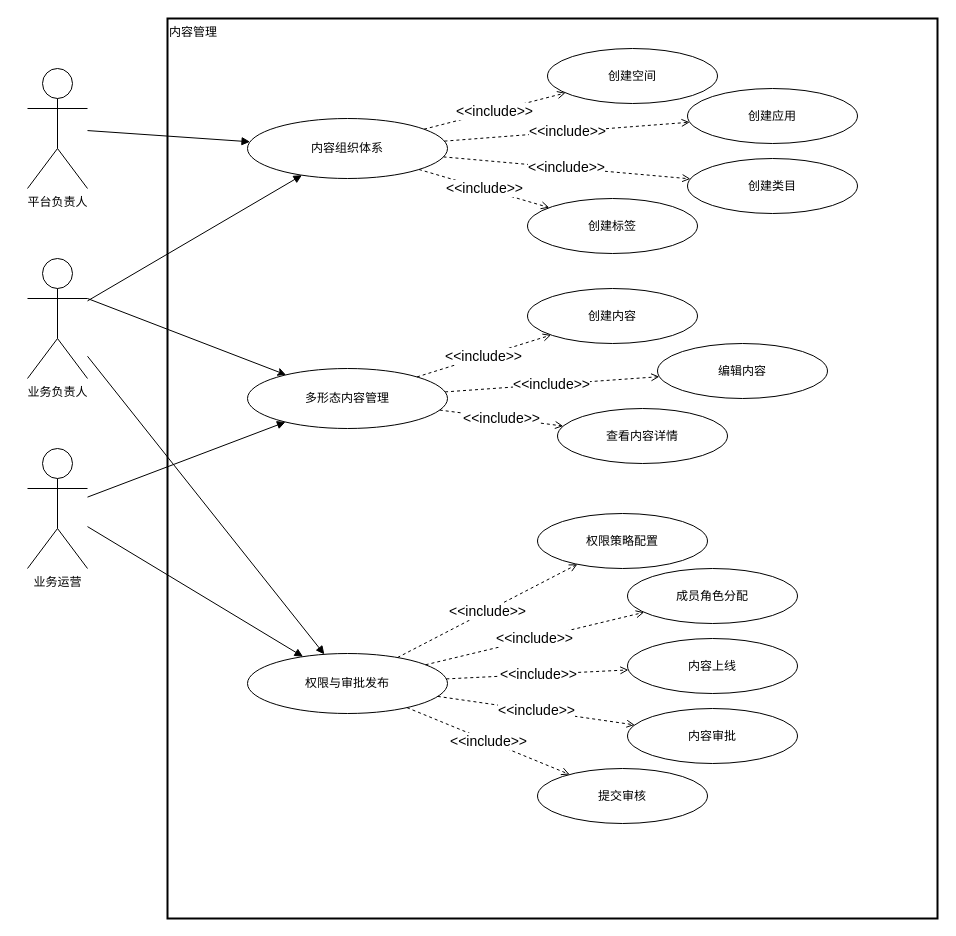
Above: page "内容管理用例图" (3 of 20) of figure/figures.drawio in jqq04/nju-thesis-2026 (draw.io), before the change. Source tidied: cells renumbered, new cells numbered last; positions are measured from the earlier drawing's top-left corner, leaving out a move shared by most shapes. Both pictures are drawn from the tidied source at 100%, with x=0, y=0 at pixel (27, 18).
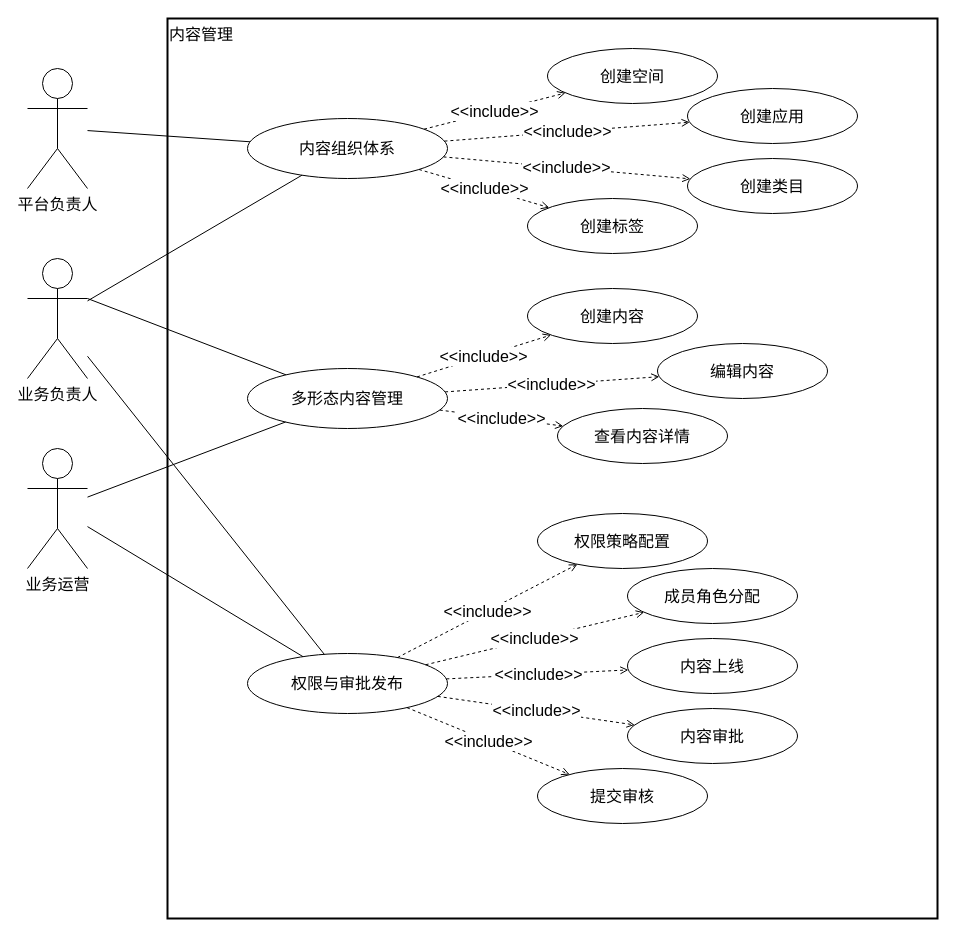
The same diagram, later.

The edit, as a diff of the source:
```diff
@@
-    <mxCell id="2" value="内容管理" style="rounded=0;whiteSpace=wrap;html=1;strokeWidth=2;align=left;verticalAlign=top;" parent="1" vertex="1">
+    <mxCell id="2" value="内容管理" style="rounded=0;whiteSpace=wrap;html=1;strokeWidth=2;align=left;verticalAlign=top;fontSize=16;" parent="1" vertex="1">
       <mxGeometry x="140" width="770" height="900" as="geometry" />
     </mxCell>
-    <mxCell id="3" value="平台负责人" style="shape=umlActor;verticalLabelPosition=bottom;verticalAlign=top;html=1;" parent="1" vertex="1">
+    <mxCell id="3" value="平台负责人" style="shape=umlActor;verticalLabelPosition=bottom;verticalAlign=top;html=1;fontSize=16;" parent="1" vertex="1">
       <mxGeometry y="50" width="60" height="120" as="geometry" />
     </mxCell>
-    <mxCell id="4" style="rounded=0;jettySize=auto;html=1;exitX=1;exitY=0.3333333333333333;exitDx=0;exitDy=0;exitPerimeter=0;" parent="1" edge="1" source="5" target="8">
+    <mxCell id="4" style="rounded=0;jettySize=auto;html=1;exitX=1;exitY=0.3333333333333333;exitDx=0;exitDy=0;exitPerimeter=0;fontSize=16;endArrow=none;endFill=0;" parent="1" edge="1" source="5" target="8">
       <mxGeometry relative="1" as="geometry" />
     </mxCell>
-    <mxCell id="5" value="业务负责人" style="shape=umlActor;verticalLabelPosition=bottom;verticalAlign=top;html=1;" parent="1" vertex="1">
+    <mxCell id="5" value="业务负责人" style="shape=umlActor;verticalLabelPosition=bottom;verticalAlign=top;html=1;fontSize=16;" parent="1" vertex="1">
       <mxGeometry y="240" width="60" height="120" as="geometry" />
     </mxCell>
-    <mxCell id="6" value="业务运营" style="shape=umlActor;verticalLabelPosition=bottom;verticalAlign=top;html=1;" parent="1" vertex="1">
+    <mxCell id="6" value="业务运营" style="shape=umlActor;verticalLabelPosition=bottom;verticalAlign=top;html=1;fontSize=16;" parent="1" vertex="1">
       <mxGeometry y="430" width="60" height="120" as="geometry" />
     </mxCell>
-    <mxCell id="7" value="内容组织体系" style="ellipse;whiteSpace=wrap;html=1;" parent="1" vertex="1">
+    <mxCell id="7" value="内容组织体系" style="ellipse;whiteSpace=wrap;html=1;fontSize=16;" parent="1" vertex="1">
       <mxGeometry x="220" y="100" width="200" height="60" as="geometry" />
     </mxCell>
-    <mxCell id="8" value="多形态内容管理" style="ellipse;whiteSpace=wrap;html=1;" parent="1" vertex="1">
+    <mxCell id="8" value="多形态内容管理" style="ellipse;whiteSpace=wrap;html=1;fontSize=16;" parent="1" vertex="1">
       <mxGeometry x="220" y="350" width="200" height="60" as="geometry" />
     </mxCell>
-    <mxCell id="9" value="权限与审批发布" style="ellipse;whiteSpace=wrap;html=1;" parent="1" vertex="1">
+    <mxCell id="9" value="权限与审批发布" style="ellipse;whiteSpace=wrap;html=1;fontSize=16;" parent="1" vertex="1">
       <mxGeometry x="220" y="635" width="200" height="60" as="geometry" />
     </mxCell>
-    <mxCell id="10" value="创建空间" style="ellipse;whiteSpace=wrap;html=1;strokeColor=default;align=center;verticalAlign=middle;fontFamily=Helvetica;fontSize=12;fontColor=default;fillColor=default;" parent="1" vertex="1">
+    <mxCell id="10" value="创建空间" style="ellipse;whiteSpace=wrap;html=1;strokeColor=default;align=center;verticalAlign=middle;fontFamily=Helvetica;fontSize=16;fontColor=default;fillColor=default;" parent="1" vertex="1">
       <mxGeometry x="520" y="30" width="170" height="55" as="geometry" />
     </mxCell>
-    <mxCell id="11" value="创建应用" style="ellipse;whiteSpace=wrap;html=1;strokeColor=default;align=center;verticalAlign=middle;fontFamily=Helvetica;fontSize=12;fontColor=default;fillColor=default;" parent="1" vertex="1">
+    <mxCell id="11" value="创建应用" style="ellipse;whiteSpace=wrap;html=1;strokeColor=default;align=center;verticalAlign=middle;fontFamily=Helvetica;fontSize=16;fontColor=default;fillColor=default;" parent="1" vertex="1">
       <mxGeometry x="660" y="70" width="170" height="55" as="geometry" />
     </mxCell>
-    <mxCell id="12" value="创建类目" style="ellipse;whiteSpace=wrap;html=1;" parent="1" vertex="1">
+    <mxCell id="12" value="创建类目" style="ellipse;whiteSpace=wrap;html=1;fontSize=16;" parent="1" vertex="1">
       <mxGeometry x="660" y="140" width="170" height="55" as="geometry" />
     </mxCell>
-    <mxCell id="13" value="创建标签" style="ellipse;whiteSpace=wrap;html=1;" parent="1" vertex="1">
+    <mxCell id="13" value="创建标签" style="ellipse;whiteSpace=wrap;html=1;fontSize=16;" parent="1" vertex="1">
       <mxGeometry x="500" y="180" width="170" height="55" as="geometry" />
     </mxCell>
-    <mxCell id="14" value="创建内容" style="ellipse;whiteSpace=wrap;html=1;" parent="1" vertex="1">
+    <mxCell id="14" value="创建内容" style="ellipse;whiteSpace=wrap;html=1;fontSize=16;" parent="1" vertex="1">
       <mxGeometry x="500" y="270" width="170" height="55" as="geometry" />
     </mxCell>
-    <mxCell id="15" value="编辑内容" style="ellipse;whiteSpace=wrap;html=1;" parent="1" vertex="1">
+    <mxCell id="15" value="编辑内容" style="ellipse;whiteSpace=wrap;html=1;fontSize=16;" parent="1" vertex="1">
       <mxGeometry x="630" y="325" width="170" height="55" as="geometry" />
     </mxCell>
-    <mxCell id="16" value="查看内容详情" style="ellipse;whiteSpace=wrap;html=1;" parent="1" vertex="1">
+    <mxCell id="16" value="查看内容详情" style="ellipse;whiteSpace=wrap;html=1;fontSize=16;" parent="1" vertex="1">
       <mxGeometry x="530" y="390" width="170" height="55" as="geometry" />
     </mxCell>
-    <mxCell id="17" value="成员角色分配" style="ellipse;whiteSpace=wrap;html=1;" parent="1" vertex="1">
+    <mxCell id="17" value="成员角色分配" style="ellipse;whiteSpace=wrap;html=1;fontSize=16;" parent="1" vertex="1">
       <mxGeometry x="600" y="550" width="170" height="55" as="geometry" />
     </mxCell>
-    <mxCell id="18" value="权限策略配置" style="ellipse;whiteSpace=wrap;html=1;" parent="1" vertex="1">
+    <mxCell id="18" value="权限策略配置" style="ellipse;whiteSpace=wrap;html=1;fontSize=16;" parent="1" vertex="1">
       <mxGeometry x="510" y="495" width="170" height="55" as="geometry" />
     </mxCell>
-    <mxCell id="19" value="提交审核" style="ellipse;whiteSpace=wrap;html=1;" parent="1" vertex="1">
+    <mxCell id="19" value="提交审核" style="ellipse;whiteSpace=wrap;html=1;fontSize=16;" parent="1" vertex="1">
       <mxGeometry x="510" y="750" width="170" height="55" as="geometry" />
     </mxCell>
-    <mxCell id="20" value="内容审批" style="ellipse;whiteSpace=wrap;html=1;" parent="1" vertex="1">
+    <mxCell id="20" value="内容审批" style="ellipse;whiteSpace=wrap;html=1;fontSize=16;" parent="1" vertex="1">
       <mxGeometry x="600" y="690" width="170" height="55" as="geometry" />
     </mxCell>
-    <mxCell id="21" value="内容上线" style="ellipse;whiteSpace=wrap;html=1;" parent="1" vertex="1">
+    <mxCell id="21" value="内容上线" style="ellipse;whiteSpace=wrap;html=1;fontSize=16;" parent="1" vertex="1">
       <mxGeometry x="600" y="620" width="170" height="55" as="geometry" />
     </mxCell>
-    <mxCell id="22" style="endArrow=block;html=1;" parent="1" edge="1" source="3" target="7">
+    <mxCell id="22" style="endArrow=none;html=1;fontSize=16;endFill=0;" parent="1" edge="1" source="3" target="7">
       <mxGeometry relative="1" as="geometry" />
     </mxCell>
-    <mxCell id="23" style="endArrow=block;html=1;" parent="1" edge="1" source="5" target="7">
+    <mxCell id="23" style="endArrow=none;html=1;fontSize=16;endFill=0;" parent="1" edge="1" source="5" target="7">
       <mxGeometry relative="1" as="geometry" />
     </mxCell>
-    <mxCell id="24" style="endArrow=block;html=1;" parent="1" edge="1" source="6" target="8">
+    <mxCell id="24" style="endArrow=none;html=1;fontSize=16;endFill=0;" parent="1" edge="1" source="6" target="8">
       <mxGeometry relative="1" as="geometry" />
     </mxCell>
-    <mxCell id="25" style="endArrow=block;html=1;" parent="1" edge="1" source="5" target="9">
+    <mxCell id="25" style="endArrow=none;html=1;fontSize=16;endFill=0;" parent="1" edge="1" source="5" target="9">
       <mxGeometry relative="1" as="geometry" />
     </mxCell>
-    <mxCell id="26" style="endArrow=block;html=1;" parent="1" edge="1" source="6" target="9">
+    <mxCell id="26" style="endArrow=none;html=1;fontSize=16;endFill=0;" parent="1" edge="1" source="6" target="9">
       <mxGeometry relative="1" as="geometry" />
     </mxCell>
-    <mxCell id="27" value="&lt;font style=&quot;font-size: 14px;&quot;&gt;&amp;lt;&amp;lt;include&amp;gt;&amp;gt;&lt;/font&gt;" style="endArrow=open;dashed=1;html=1;fontSize=10;" parent="1" edge="1" source="7" target="10">
+    <mxCell id="27" value="&lt;font&gt;&amp;lt;&amp;lt;include&amp;gt;&amp;gt;&lt;/font&gt;" style="endArrow=open;dashed=1;html=1;fontSize=16;" parent="1" edge="1" source="7" target="10">
       <mxGeometry relative="1" as="geometry" />
     </mxCell>
-    <mxCell id="28" value="&lt;font style=&quot;font-size: 14px;&quot;&gt;&amp;lt;&amp;lt;include&amp;gt;&amp;gt;&lt;/font&gt;" style="endArrow=open;dashed=1;html=1;fontSize=10;rounded=1;strokeColor=default;align=center;verticalAlign=middle;fontFamily=Helvetica;fontColor=default;labelBackgroundColor=default;" parent="1" edge="1" source="7" target="11">
+    <mxCell id="28" value="&lt;font&gt;&amp;lt;&amp;lt;include&amp;gt;&amp;gt;&lt;/font&gt;" style="endArrow=open;dashed=1;html=1;fontSize=16;rounded=1;strokeColor=default;align=center;verticalAlign=middle;fontFamily=Helvetica;fontColor=default;labelBackgroundColor=default;" parent="1" edge="1" source="7" target="11">
       <mxGeometry relative="1" as="geometry" />
     </mxCell>
-    <mxCell id="29" value="&lt;font style=&quot;font-size: 14px;&quot;&gt;&amp;lt;&amp;lt;include&amp;gt;&amp;gt;&lt;/font&gt;" style="endArrow=open;dashed=1;html=1;fontSize=10;" parent="1" edge="1" source="7" target="12">
+    <mxCell id="29" value="&lt;font&gt;&amp;lt;&amp;lt;include&amp;gt;&amp;gt;&lt;/font&gt;" style="endArrow=open;dashed=1;html=1;fontSize=16;" parent="1" edge="1" source="7" target="12">
       <mxGeometry relative="1" as="geometry" />
     </mxCell>
-    <mxCell id="30" value="&lt;font style=&quot;font-size: 14px;&quot;&gt;&amp;lt;&amp;lt;include&amp;gt;&amp;gt;&lt;/font&gt;" style="endArrow=open;dashed=1;html=1;fontSize=10;" parent="1" edge="1" source="7" target="13">
+    <mxCell id="30" value="&lt;font&gt;&amp;lt;&amp;lt;include&amp;gt;&amp;gt;&lt;/font&gt;" style="endArrow=open;dashed=1;html=1;fontSize=16;" parent="1" edge="1" source="7" target="13">
       <mxGeometry relative="1" as="geometry" />
     </mxCell>
-    <mxCell id="31" value="&lt;font style=&quot;font-size: 14px;&quot;&gt;&amp;lt;&amp;lt;include&amp;gt;&amp;gt;&lt;/font&gt;" style="endArrow=open;dashed=1;html=1;fontSize=10;" parent="1" edge="1" source="8" target="14">
+    <mxCell id="31" value="&lt;font&gt;&amp;lt;&amp;lt;include&amp;gt;&amp;gt;&lt;/font&gt;" style="endArrow=open;dashed=1;html=1;fontSize=16;" parent="1" edge="1" source="8" target="14">
       <mxGeometry relative="1" as="geometry" />
     </mxCell>
-    <mxCell id="32" value="&lt;font style=&quot;font-size: 14px;&quot;&gt;&amp;lt;&amp;lt;include&amp;gt;&amp;gt;&lt;/font&gt;" style="endArrow=open;dashed=1;html=1;fontSize=10;" parent="1" edge="1" source="8" target="15">
+    <mxCell id="32" value="&lt;font&gt;&amp;lt;&amp;lt;include&amp;gt;&amp;gt;&lt;/font&gt;" style="endArrow=open;dashed=1;html=1;fontSize=16;" parent="1" edge="1" source="8" target="15">
       <mxGeometry relative="1" as="geometry" />
     </mxCell>
-    <mxCell id="33" value="&lt;font style=&quot;font-size: 14px;&quot;&gt;&amp;lt;&amp;lt;include&amp;gt;&amp;gt;&lt;/font&gt;" style="endArrow=open;dashed=1;html=1;fontSize=10;" parent="1" edge="1" source="8" target="16">
+    <mxCell id="33" value="&lt;font&gt;&amp;lt;&amp;lt;include&amp;gt;&amp;gt;&lt;/font&gt;" style="endArrow=open;dashed=1;html=1;fontSize=16;" parent="1" edge="1" source="8" target="16">
       <mxGeometry x="-0.01" relative="1" as="geometry" />
     </mxCell>
-    <mxCell id="34" value="&lt;font style=&quot;font-size: 14px;&quot;&gt;&amp;lt;&amp;lt;include&amp;gt;&amp;gt;&lt;/font&gt;" style="endArrow=open;dashed=1;html=1;fontSize=10;" parent="1" edge="1" source="9" target="17">
+    <mxCell id="34" value="&lt;font&gt;&amp;lt;&amp;lt;include&amp;gt;&amp;gt;&lt;/font&gt;" style="endArrow=open;dashed=1;html=1;fontSize=16;" parent="1" edge="1" source="9" target="17">
       <mxGeometry relative="1" as="geometry" />
     </mxCell>
-    <mxCell id="35" value="&lt;font style=&quot;font-size: 14px;&quot;&gt;&amp;lt;&amp;lt;include&amp;gt;&amp;gt;&lt;/font&gt;" style="endArrow=open;dashed=1;html=1;fontSize=10;" parent="1" edge="1" source="9" target="18">
+    <mxCell id="35" value="&lt;font&gt;&amp;lt;&amp;lt;include&amp;gt;&amp;gt;&lt;/font&gt;" style="endArrow=open;dashed=1;html=1;fontSize=16;" parent="1" edge="1" source="9" target="18">
       <mxGeometry relative="1" as="geometry" />
     </mxCell>
-    <mxCell id="36" value="&lt;font style=&quot;font-size: 14px;&quot;&gt;&amp;lt;&amp;lt;include&amp;gt;&amp;gt;&lt;/font&gt;" style="endArrow=open;dashed=1;html=1;fontSize=10;" parent="1" edge="1" source="9" target="19">
+    <mxCell id="36" value="&lt;font&gt;&amp;lt;&amp;lt;include&amp;gt;&amp;gt;&lt;/font&gt;" style="endArrow=open;dashed=1;html=1;fontSize=16;" parent="1" edge="1" source="9" target="19">
       <mxGeometry relative="1" as="geometry" />
     </mxCell>
-    <mxCell id="37" value="&lt;font style=&quot;font-size: 14px;&quot;&gt;&amp;lt;&amp;lt;include&amp;gt;&amp;gt;&lt;/font&gt;" style="endArrow=open;dashed=1;html=1;fontSize=10;" parent="1" edge="1" source="9" target="20">
+    <mxCell id="37" value="&lt;font&gt;&amp;lt;&amp;lt;include&amp;gt;&amp;gt;&lt;/font&gt;" style="endArrow=open;dashed=1;html=1;fontSize=16;" parent="1" edge="1" source="9" target="20">
       <mxGeometry x="0.01" relative="1" as="geometry" />
     </mxCell>
-    <mxCell id="38" value="&lt;font style=&quot;font-size: 14px;&quot;&gt;&amp;lt;&amp;lt;include&amp;gt;&amp;gt;&lt;/font&gt;" style="endArrow=open;dashed=1;html=1;fontSize=10;" parent="1" edge="1" source="9" target="21">
+    <mxCell id="38" value="&lt;font&gt;&amp;lt;&amp;lt;include&amp;gt;&amp;gt;&lt;/font&gt;" style="endArrow=open;dashed=1;html=1;fontSize=16;" parent="1" edge="1" source="9" target="21">
       <mxGeometry x="0.01" relative="1" as="geometry" />
     </mxCell>
-    <mxCell id="39" style="edgeLabel;html=1;align=center;verticalAlign=middle;strokeColor=default;fontFamily=Helvetica;fontSize=12;fontColor=default;fillColor=default;" parent="38" vertex="1">
+    <mxCell id="39" style="edgeLabel;html=1;align=center;verticalAlign=middle;strokeColor=default;fontFamily=Helvetica;fontSize=16;fontColor=default;fillColor=default;" parent="38" vertex="1">
       <mxGeometry x="-0.42" y="-1" relative="1" as="geometry" />
     </mxCell>
```
